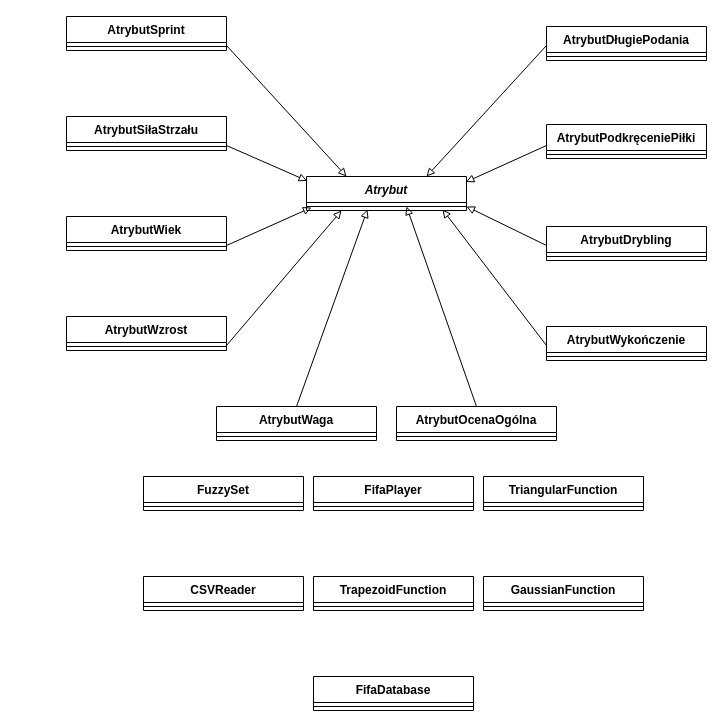
Earlier version of the draw.io diagram Sprawozdanie_zad2/uml/uml.drawio (Bonniu/KSR). Source tidied: cells renumbered, new cells numbered last; positions are measured from the earlier drawing's top-left corner, leaving out a move shared by most shapes. Both pictures are drawn from the tidied source at 100%, with x=0, y=0 at pixel (66, 16).
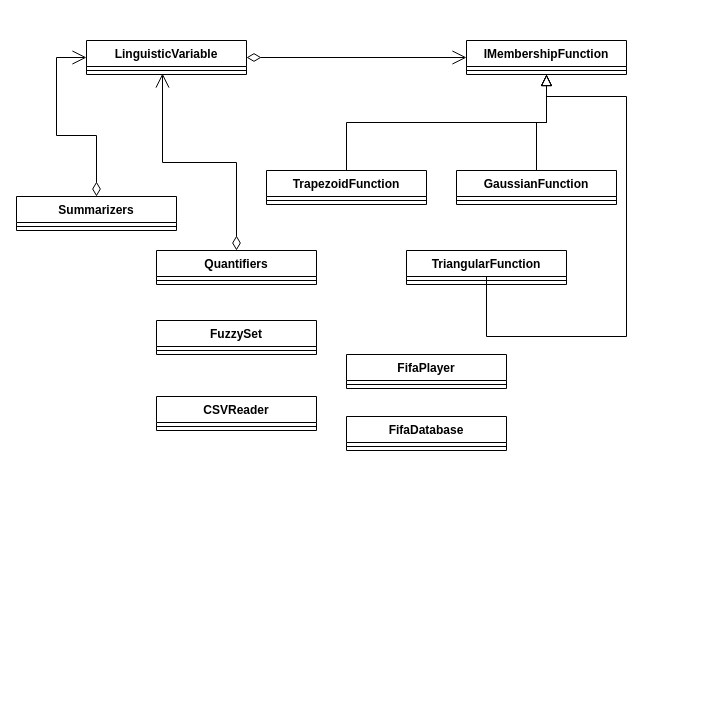
After the change.

The edit, as a diff of the source:
```diff
@@
-    <mxCell id="2" style="endArrow=block;html=1;endFill=0;exitX=1;exitY=0.5;exitDx=0;exitDy=0;entryX=0.25;entryY=0;entryDx=0;entryDy=0;" parent="1" edge="1" target="12">
-      <mxGeometry relative="1" as="geometry">
-        <mxPoint x="160" y="29" as="sourcePoint" />
-      </mxGeometry>
-    </mxCell>
-    <mxCell id="3" style="endArrow=block;html=1;endFill=0;exitX=1;exitY=0.5;exitDx=0;exitDy=0;entryX=0.004;entryY=0.128;entryDx=0;entryDy=0;entryPerimeter=0;" parent="1" edge="1" target="12">
-      <mxGeometry relative="1" as="geometry">
-        <mxPoint x="160" y="129" as="sourcePoint" />
-      </mxGeometry>
-    </mxCell>
-    <mxCell id="4" style="endArrow=block;html=1;endFill=0;exitX=1;exitY=0.5;exitDx=0;exitDy=0;entryX=0.031;entryY=0.625;entryDx=0;entryDy=0;entryPerimeter=0;" parent="1" edge="1" target="13">
-      <mxGeometry relative="1" as="geometry">
-        <mxPoint x="160" y="229" as="sourcePoint" />
-      </mxGeometry>
-    </mxCell>
-    <mxCell id="5" style="endArrow=block;html=1;endFill=0;exitX=1;exitY=0.5;exitDx=0;exitDy=0;entryX=0.219;entryY=1;entryDx=0;entryDy=0;entryPerimeter=0;" parent="1" edge="1" target="13">
-      <mxGeometry relative="1" as="geometry">
-        <mxPoint x="160" y="329" as="sourcePoint" />
-      </mxGeometry>
-    </mxCell>
-    <mxCell id="6" style="endArrow=block;html=1;endFill=0;exitX=0.5;exitY=0;exitDx=0;exitDy=0;entryX=0.381;entryY=0.875;entryDx=0;entryDy=0;entryPerimeter=0;" parent="1" edge="1" source="14" target="13">
-      <mxGeometry relative="1" as="geometry" />
-    </mxCell>
-    <mxCell id="7" style="endArrow=block;html=1;endFill=0;entryX=0.75;entryY=0;entryDx=0;entryDy=0;exitX=0;exitY=0.5;exitDx=0;exitDy=0;" parent="1" edge="1" target="12">
-      <mxGeometry relative="1" as="geometry">
-        <mxPoint x="480" y="29" as="sourcePoint" />
-      </mxGeometry>
-    </mxCell>
-    <mxCell id="8" style="endArrow=block;html=1;endFill=0;exitX=0;exitY=0.5;exitDx=0;exitDy=0;entryX=0.996;entryY=0.162;entryDx=0;entryDy=0;entryPerimeter=0;" parent="1" edge="1" target="12">
-      <mxGeometry relative="1" as="geometry">
-        <mxPoint x="480" y="129" as="sourcePoint" />
-      </mxGeometry>
-    </mxCell>
-    <mxCell id="9" style="endArrow=block;html=1;endFill=0;exitX=0;exitY=0.5;exitDx=0;exitDy=0;entryX=1;entryY=0.5;entryDx=0;entryDy=0;entryPerimeter=0;" parent="1" edge="1" target="13">
-      <mxGeometry relative="1" as="geometry">
-        <mxPoint x="480" y="229" as="sourcePoint" />
-      </mxGeometry>
-    </mxCell>
-    <mxCell id="10" style="endArrow=block;html=1;endFill=0;exitX=0;exitY=0.5;exitDx=0;exitDy=0;entryX=0.85;entryY=0.875;entryDx=0;entryDy=0;entryPerimeter=0;" parent="1" edge="1" target="13">
-      <mxGeometry relative="1" as="geometry">
-        <mxPoint x="480" y="329" as="sourcePoint" />
-      </mxGeometry>
-    </mxCell>
-    <mxCell id="11" style="endArrow=block;html=1;endFill=0;exitX=0.5;exitY=0;exitDx=0;exitDy=0;entryX=0.625;entryY=0.5;entryDx=0;entryDy=0;entryPerimeter=0;" parent="1" edge="1" source="16" target="13">
-      <mxGeometry relative="1" as="geometry" />
-    </mxCell>
-    <mxCell id="12" value="Atrybut" style="swimlane;fontStyle=3;align=center;verticalAlign=top;horizontal=1;startSize=26;" parent="1" vertex="1">
-      <mxGeometry x="240" y="160" width="160" height="34" as="geometry" />
-    </mxCell>
-    <mxCell id="13" style="line;strokeWidth=1;fillColor=none;align=left;verticalAlign=middle;spacingTop=-1;spacingLeft=3;spacingRight=3;labelPosition=right;points=[];portConstraint=eastwest;" parent="12" vertex="1">
-      <mxGeometry y="26" width="160" height="8" as="geometry" />
-    </mxCell>
-    <mxCell id="14" value="AtrybutWaga" style="swimlane;fontStyle=1;align=center;verticalAlign=top;horizontal=1;startSize=26;" parent="1" vertex="1">
-      <mxGeometry x="150" y="390" width="160" height="34" as="geometry" />
-    </mxCell>
-    <mxCell id="15" style="line;strokeWidth=1;fillColor=none;align=left;verticalAlign=middle;spacingTop=-1;spacingLeft=3;spacingRight=3;labelPosition=right;" parent="14" vertex="1">
-      <mxGeometry y="26" width="160" height="8" as="geometry" />
-    </mxCell>
-    <mxCell id="16" value="AtrybutOcenaOgólna" style="swimlane;fontStyle=1;align=center;verticalAlign=top;horizontal=1;startSize=26;" parent="1" vertex="1">
-      <mxGeometry x="330" y="390" width="160" height="34" as="geometry" />
-    </mxCell>
-    <mxCell id="17" style="line;strokeWidth=1;fillColor=none;align=left;verticalAlign=middle;spacingTop=-1;spacingLeft=3;spacingRight=3;labelPosition=right;" parent="16" vertex="1">
-      <mxGeometry y="26" width="160" height="8" as="geometry" />
-    </mxCell>
-    <mxCell id="18" value="AtrybutDługiePodania" style="swimlane;fontStyle=1;align=center;verticalAlign=top;horizontal=1;startSize=26;" parent="1" vertex="1">
-      <mxGeometry x="480" y="10" width="160" height="34" as="geometry" />
-    </mxCell>
-    <mxCell id="19" style="line;strokeWidth=1;fillColor=none;align=left;verticalAlign=middle;spacingTop=-1;spacingLeft=3;spacingRight=3;labelPosition=right;" parent="18" vertex="1">
-      <mxGeometry y="26" width="160" height="8" as="geometry" />
-    </mxCell>
-    <mxCell id="20" value="AtrybutSprint" style="swimlane;fontStyle=1;align=center;verticalAlign=top;horizontal=1;startSize=26;" parent="1" vertex="1">
-      <mxGeometry width="160" height="34" as="geometry" />
-    </mxCell>
-    <mxCell id="21" style="line;strokeWidth=1;fillColor=none;align=left;verticalAlign=middle;spacingTop=-1;spacingLeft=3;spacingRight=3;labelPosition=right;" parent="20" vertex="1">
-      <mxGeometry y="26" width="160" height="8" as="geometry" />
-    </mxCell>
-    <mxCell id="22" value="AtrybutDrybling" style="swimlane;fontStyle=1;align=center;verticalAlign=top;horizontal=1;startSize=26;" parent="1" vertex="1">
-      <mxGeometry x="480" y="210" width="160" height="34" as="geometry" />
-    </mxCell>
-    <mxCell id="23" style="line;strokeWidth=1;fillColor=none;align=left;verticalAlign=middle;spacingTop=-1;spacingLeft=3;spacingRight=3;labelPosition=right;" parent="22" vertex="1">
-      <mxGeometry y="26" width="160" height="8" as="geometry" />
-    </mxCell>
-    <mxCell id="24" value="AtrybutPodkręceniePiłki" style="swimlane;fontStyle=1;align=center;verticalAlign=top;horizontal=1;startSize=26;" parent="1" vertex="1">
-      <mxGeometry x="480" y="108" width="160" height="34" as="geometry" />
-    </mxCell>
-    <mxCell id="25" style="line;strokeWidth=1;fillColor=none;align=left;verticalAlign=middle;spacingTop=-1;spacingLeft=3;spacingRight=3;labelPosition=right;" parent="24" vertex="1">
-      <mxGeometry y="26" width="160" height="8" as="geometry" />
-    </mxCell>
-    <mxCell id="26" value="AtrybutSiłaStrzału" style="swimlane;fontStyle=1;align=center;verticalAlign=top;horizontal=1;startSize=26;" parent="1" vertex="1">
-      <mxGeometry y="100" width="160" height="34" as="geometry" />
-    </mxCell>
-    <mxCell id="27" style="line;strokeWidth=1;fillColor=none;align=left;verticalAlign=middle;spacingTop=-1;spacingLeft=3;spacingRight=3;labelPosition=right;" parent="26" vertex="1">
-      <mxGeometry y="26" width="160" height="8" as="geometry" />
-    </mxCell>
-    <mxCell id="28" value="AtrybutWiek" style="swimlane;fontStyle=1;align=center;verticalAlign=top;horizontal=1;startSize=26;" parent="1" vertex="1">
-      <mxGeometry y="200" width="160" height="34" as="geometry" />
-    </mxCell>
-    <mxCell id="29" style="line;strokeWidth=1;fillColor=none;align=left;verticalAlign=middle;spacingTop=-1;spacingLeft=3;spacingRight=3;labelPosition=right;" parent="28" vertex="1">
-      <mxGeometry y="26" width="160" height="8" as="geometry" />
-    </mxCell>
-    <mxCell id="30" value="AtrybutWzrost" style="swimlane;fontStyle=1;align=center;verticalAlign=top;horizontal=1;startSize=26;" parent="1" vertex="1">
-      <mxGeometry y="300" width="160" height="34" as="geometry" />
-    </mxCell>
-    <mxCell id="31" style="line;strokeWidth=1;fillColor=none;align=left;verticalAlign=middle;spacingTop=-1;spacingLeft=3;spacingRight=3;labelPosition=right;" parent="30" vertex="1">
-      <mxGeometry y="26" width="160" height="8" as="geometry" />
-    </mxCell>
-    <mxCell id="32" value="AtrybutWykończenie" style="swimlane;fontStyle=1;align=center;verticalAlign=top;horizontal=1;startSize=26;" parent="1" vertex="1">
-      <mxGeometry x="480" y="310" width="160" height="34" as="geometry" />
-    </mxCell>
-    <mxCell id="33" style="line;strokeWidth=1;fillColor=none;align=left;verticalAlign=middle;spacingTop=-1;spacingLeft=3;spacingRight=3;labelPosition=right;" parent="32" vertex="1">
-      <mxGeometry y="26" width="160" height="8" as="geometry" />
-    </mxCell>
+    <mxCell id="48" style="edgeStyle=orthogonalEdgeStyle;rounded=0;jettySize=auto;html=1;exitX=0.5;exitY=0;exitDx=0;exitDy=0;endArrow=block;endFill=0;endSize=9;entryX=0.5;entryY=1;entryDx=0;entryDy=0;" parent="1" edge="1" source="38" target="54">
+      <mxGeometry relative="1" as="geometry">
+        <Array as="points">
+          <mxPoint x="420" y="320" />
+          <mxPoint x="560" y="320" />
+          <mxPoint x="560" y="80" />
+          <mxPoint x="480" y="80" />
+        </Array>
+      </mxGeometry>
+    </mxCell>
+    <mxCell id="49" style="edgeStyle=orthogonalEdgeStyle;rounded=0;jettySize=auto;html=1;exitX=0.5;exitY=0;exitDx=0;exitDy=0;entryX=0.5;entryY=1;entryDx=0;entryDy=0;endArrow=block;endFill=0;endSize=9;" parent="1" edge="1" source="46" target="54">
+      <mxGeometry relative="1" as="geometry" />
+    </mxCell>
+    <mxCell id="50" style="edgeStyle=orthogonalEdgeStyle;rounded=0;jettySize=auto;html=1;exitX=0.5;exitY=0;exitDx=0;exitDy=0;endArrow=block;endFill=0;endSize=9;" parent="1" edge="1" source="42" target="54">
+      <mxGeometry relative="1" as="geometry" />
+    </mxCell>
+    <mxCell id="51" style="edgeStyle=orthogonalEdgeStyle;rounded=0;jettySize=auto;html=1;exitX=1;exitY=0.5;exitDx=0;exitDy=0;endArrow=open;endFill=0;startArrow=diamondThin;startFill=0;targetPerimeterSpacing=5;sourcePerimeterSpacing=6;entryX=0;entryY=0.5;entryDx=0;entryDy=0;startSize=12;endSize=12;" parent="1" edge="1" source="57" target="54">
+      <mxGeometry relative="1" as="geometry" />
+    </mxCell>
+    <mxCell id="52" style="edgeStyle=orthogonalEdgeStyle;rounded=0;jettySize=auto;html=1;exitX=0.5;exitY=0;exitDx=0;exitDy=0;startArrow=diamondThin;startFill=0;startSize=12;sourcePerimeterSpacing=6;endArrow=open;endFill=0;endSize=12;targetPerimeterSpacing=5;entryX=0.475;entryY=0.875;entryDx=0;entryDy=0;entryPerimeter=0;" parent="1" edge="1" source="59" target="58">
+      <mxGeometry relative="1" as="geometry" />
+    </mxCell>
+    <mxCell id="53" style="edgeStyle=orthogonalEdgeStyle;rounded=0;jettySize=auto;html=1;exitX=0.5;exitY=0;exitDx=0;exitDy=0;entryX=0;entryY=0.5;entryDx=0;entryDy=0;startArrow=diamondThin;startFill=0;startSize=12;sourcePerimeterSpacing=6;endArrow=open;endFill=0;endSize=12;targetPerimeterSpacing=5;" parent="1" edge="1" source="62" target="57">
+      <mxGeometry relative="1" as="geometry" />
+    </mxCell>
+    <mxCell id="54" value="IMembershipFunction" style="swimlane;fontStyle=1;align=center;verticalAlign=top;horizontal=1;startSize=26;" parent="1" vertex="1">
+      <mxGeometry x="400" y="24" width="160" height="34" as="geometry" />
+    </mxCell>
+    <mxCell id="55" style="line;strokeWidth=1;fillColor=none;align=left;verticalAlign=middle;spacingTop=-1;spacingLeft=3;spacingRight=3;labelPosition=right;" parent="54" vertex="1">
+      <mxGeometry y="26" width="160" height="8" as="geometry" />
+    </mxCell>
+    <mxCell id="42" value="TrapezoidFunction" style="swimlane;fontStyle=1;align=center;verticalAlign=top;horizontal=1;startSize=26;" parent="1" vertex="1">
+      <mxGeometry x="200" y="154" width="160" height="34" as="geometry" />
+    </mxCell>
+    <mxCell id="56" style="line;strokeWidth=1;fillColor=none;align=left;verticalAlign=middle;spacingTop=-1;spacingLeft=3;spacingRight=3;labelPosition=right;" parent="42" vertex="1">
+      <mxGeometry y="26" width="160" height="8" as="geometry" />
+    </mxCell>
+    <mxCell id="57" value="LinguisticVariable&#10;" style="swimlane;fontStyle=1;align=center;verticalAlign=top;horizontal=1;startSize=26;" parent="1" vertex="1">
+      <mxGeometry x="20" y="24" width="160" height="34" as="geometry" />
+    </mxCell>
+    <mxCell id="58" style="line;strokeWidth=1;fillColor=none;align=left;verticalAlign=middle;spacingTop=-1;spacingLeft=3;spacingRight=3;labelPosition=right;points=[];portConstraint=eastwest;" parent="57" vertex="1">
+      <mxGeometry y="26" width="160" height="8" as="geometry" />
+    </mxCell>
+    <mxCell id="59" value="Quantifiers" style="swimlane;fontStyle=1;align=center;verticalAlign=top;horizontal=1;startSize=26;" parent="1" vertex="1">
+      <mxGeometry x="90" y="234" width="160" height="34" as="geometry" />
+    </mxCell>
+    <mxCell id="60" style="line;strokeWidth=1;fillColor=none;align=left;verticalAlign=middle;spacingTop=-1;spacingLeft=3;spacingRight=3;labelPosition=right;" parent="59" vertex="1">
+      <mxGeometry y="26" width="160" height="8" as="geometry" />
+    </mxCell>
+    <mxCell id="40" value="CSVReader" style="swimlane;fontStyle=1;align=center;verticalAlign=top;horizontal=1;startSize=26;" parent="1" vertex="1">
+      <mxGeometry x="90" y="380" width="160" height="34" as="geometry" />
+    </mxCell>
+    <mxCell id="61" style="line;strokeWidth=1;fillColor=none;align=left;verticalAlign=middle;spacingTop=-1;spacingLeft=3;spacingRight=3;labelPosition=right;" parent="40" vertex="1">
+      <mxGeometry y="26" width="160" height="8" as="geometry" />
+    </mxCell>
+    <mxCell id="62" value="Summarizers&#10;" style="swimlane;fontStyle=1;align=center;verticalAlign=top;horizontal=1;startSize=26;" parent="1" vertex="1">
+      <mxGeometry x="-50" y="180" width="160" height="34" as="geometry" />
+    </mxCell>
+    <mxCell id="63" style="line;strokeWidth=1;fillColor=none;align=left;verticalAlign=middle;spacingTop=-1;spacingLeft=3;spacingRight=3;labelPosition=right;" parent="62" vertex="1">
+      <mxGeometry y="26" width="160" height="8" as="geometry" />
+    </mxCell>
+    <mxCell id="46" value="GaussianFunction" style="swimlane;fontStyle=1;align=center;verticalAlign=top;horizontal=1;startSize=26;" parent="1" vertex="1">
+      <mxGeometry x="390" y="154" width="160" height="34" as="geometry" />
+    </mxCell>
+    <mxCell id="64" style="line;strokeWidth=1;fillColor=none;align=left;verticalAlign=middle;spacingTop=-1;spacingLeft=3;spacingRight=3;labelPosition=right;" parent="46" vertex="1">
+      <mxGeometry y="26" width="160" height="8" as="geometry" />
+    </mxCell>
     <mxCell id="34" value="FuzzySet" style="swimlane;fontStyle=1;align=center;verticalAlign=top;horizontal=1;startSize=26;" parent="1" vertex="1">
-      <mxGeometry x="77" y="460" width="160" height="34" as="geometry" />
+      <mxGeometry x="90" y="304" width="160" height="34" as="geometry" />
     </mxCell>
-    <mxCell id="35" style="line;strokeWidth=1;fillColor=none;align=left;verticalAlign=middle;spacingTop=-1;spacingLeft=3;spacingRight=3;labelPosition=right;" parent="34" vertex="1">
-      <mxGeometry y="26" width="160" height="8" as="geometry" />
-    </mxCell>
+    <mxCell id="65" style="line;strokeWidth=1;fillColor=none;align=left;verticalAlign=middle;spacingTop=-1;spacingLeft=3;spacingRight=3;labelPosition=right;" parent="34" vertex="1">
+      <mxGeometry y="26" width="160" height="8" as="geometry" />
+    </mxCell>
+    <mxCell id="38" value="TriangularFunction" style="swimlane;fontStyle=1;align=center;verticalAlign=top;horizontal=1;startSize=26;" parent="1" vertex="1">
+      <mxGeometry x="340" y="234" width="160" height="34" as="geometry" />
+    </mxCell>
+    <mxCell id="66" style="line;strokeWidth=1;fillColor=none;align=left;verticalAlign=middle;spacingTop=-1;spacingLeft=3;spacingRight=3;labelPosition=right;" parent="38" vertex="1">
+      <mxGeometry y="26" width="160" height="8" as="geometry" />
+    </mxCell>
     <mxCell id="36" value="FifaPlayer" style="swimlane;fontStyle=1;align=center;verticalAlign=top;horizontal=1;startSize=26;" parent="1" vertex="1">
-      <mxGeometry x="247" y="460" width="160" height="34" as="geometry" />
+      <mxGeometry x="280" y="338" width="160" height="34" as="geometry" />
     </mxCell>
-    <mxCell id="37" style="line;strokeWidth=1;fillColor=none;align=left;verticalAlign=middle;spacingTop=-1;spacingLeft=3;spacingRight=3;labelPosition=right;" parent="36" vertex="1">
-      <mxGeometry y="26" width="160" height="8" as="geometry" />
-    </mxCell>
-    <mxCell id="38" value="TriangularFunction" style="swimlane;fontStyle=1;align=center;verticalAlign=top;horizontal=1;startSize=26;" parent="1" vertex="1">
-      <mxGeometry x="417" y="460" width="160" height="34" as="geometry" />
-    </mxCell>
-    <mxCell id="39" style="line;strokeWidth=1;fillColor=none;align=left;verticalAlign=middle;spacingTop=-1;spacingLeft=3;spacingRight=3;labelPosition=right;" parent="38" vertex="1">
-      <mxGeometry y="26" width="160" height="8" as="geometry" />
-    </mxCell>
-    <mxCell id="40" value="CSVReader" style="swimlane;fontStyle=1;align=center;verticalAlign=top;horizontal=1;startSize=26;" parent="1" vertex="1">
-      <mxGeometry x="77" y="560" width="160" height="34" as="geometry" />
-    </mxCell>
-    <mxCell id="41" style="line;strokeWidth=1;fillColor=none;align=left;verticalAlign=middle;spacingTop=-1;spacingLeft=3;spacingRight=3;labelPosition=right;" parent="40" vertex="1">
-      <mxGeometry y="26" width="160" height="8" as="geometry" />
-    </mxCell>
-    <mxCell id="42" value="TrapezoidFunction" style="swimlane;fontStyle=1;align=center;verticalAlign=top;horizontal=1;startSize=26;" parent="1" vertex="1">
-      <mxGeometry x="247" y="560" width="160" height="34" as="geometry" />
-    </mxCell>
-    <mxCell id="43" style="line;strokeWidth=1;fillColor=none;align=left;verticalAlign=middle;spacingTop=-1;spacingLeft=3;spacingRight=3;labelPosition=right;" parent="42" vertex="1">
-      <mxGeometry y="26" width="160" height="8" as="geometry" />
-    </mxCell>
+    <mxCell id="67" style="line;strokeWidth=1;fillColor=none;align=left;verticalAlign=middle;spacingTop=-1;spacingLeft=3;spacingRight=3;labelPosition=right;" parent="36" vertex="1">
+      <mxGeometry y="26" width="160" height="8" as="geometry" />
+    </mxCell>
     <mxCell id="44" value="FifaDatabase" style="swimlane;fontStyle=1;align=center;verticalAlign=top;horizontal=1;startSize=26;" parent="1" vertex="1">
-      <mxGeometry x="247" y="660" width="160" height="34" as="geometry" />
+      <mxGeometry x="280" y="400" width="160" height="34" as="geometry" />
     </mxCell>
-    <mxCell id="45" style="line;strokeWidth=1;fillColor=none;align=left;verticalAlign=middle;spacingTop=-1;spacingLeft=3;spacingRight=3;labelPosition=right;" parent="44" vertex="1">
-      <mxGeometry y="26" width="160" height="8" as="geometry" />
-    </mxCell>
-    <mxCell id="46" value="GaussianFunction" style="swimlane;fontStyle=1;align=center;verticalAlign=top;horizontal=1;startSize=26;" parent="1" vertex="1">
-      <mxGeometry x="417" y="560" width="160" height="34" as="geometry" />
-    </mxCell>
-    <mxCell id="47" style="line;strokeWidth=1;fillColor=none;align=left;verticalAlign=middle;spacingTop=-1;spacingLeft=3;spacingRight=3;labelPosition=right;" parent="46" vertex="1">
-      <mxGeometry y="26" width="160" height="8" as="geometry" />
-    </mxCell>
+    <mxCell id="68" style="line;strokeWidth=1;fillColor=none;align=left;verticalAlign=middle;spacingTop=-1;spacingLeft=3;spacingRight=3;labelPosition=right;" parent="44" vertex="1">
+      <mxGeometry y="26" width="160" height="8" as="geometry" />
+    </mxCell>
```
